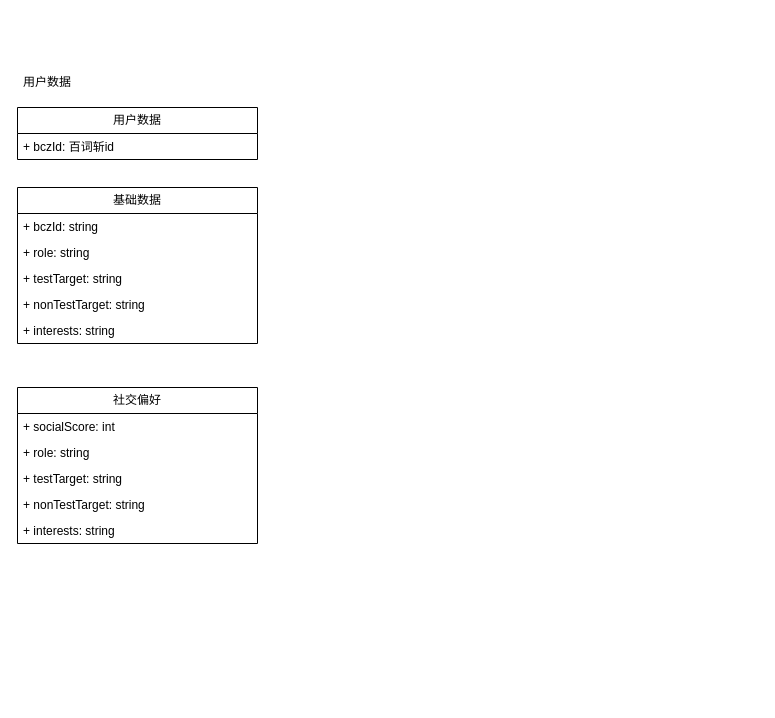
CruelFatOtaku/draw.io keeps this draw.io diagram as 4x4.drawio. Above is the earlier version. Source tidied: cells renumbered, new cells numbered last; positions are measured from the earlier drawing's top-left corner, leaving out a move shared by most shapes. Both pictures are drawn from the tidied source at 100%, with x=0, y=0 at pixel (17, 67).
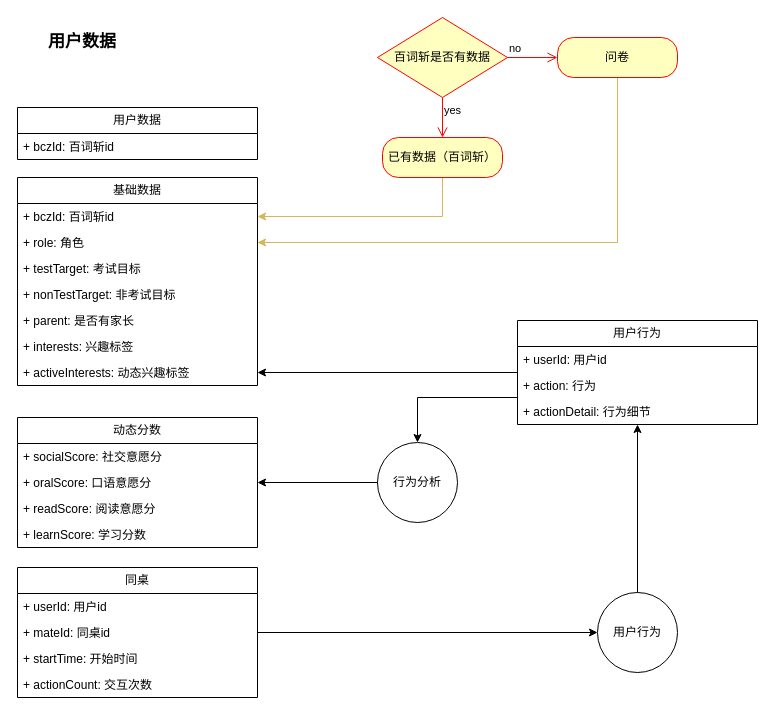
The same page after the edit.

What changed in the source:
```diff
@@
     <mxCell id="2" value="基础数据" style="swimlane;fontStyle=0;horizontal=1;startSize=26;fillColor=none;whiteSpace=wrap;html=1;" parent="1" vertex="1">
-      <mxGeometry y="120" width="240" height="156" as="geometry" />
+      <mxGeometry y="110" width="240" height="208" as="geometry" />
     </mxCell>
-    <mxCell id="3" value="+ bczId: string" style="text;strokeColor=none;fillColor=none;align=left;verticalAlign=top;spacingLeft=4;spacingRight=4;overflow=hidden;points=[[0,0.5],[1,0.5]];portConstraint=eastwest;whiteSpace=wrap;html=1;" parent="2" vertex="1">
+    <mxCell id="3" value="+ bczId: 百词斩id" style="text;strokeColor=none;fillColor=none;align=left;verticalAlign=top;spacingLeft=4;spacingRight=4;overflow=hidden;points=[[0,0.5],[1,0.5]];portConstraint=eastwest;whiteSpace=wrap;html=1;" parent="2" vertex="1">
       <mxGeometry y="26" width="240" height="26" as="geometry" />
     </mxCell>
-    <mxCell id="4" value="+ role: string" style="text;strokeColor=none;fillColor=none;align=left;verticalAlign=top;spacingLeft=4;spacingRight=4;overflow=hidden;points=[[0,0.5],[1,0.5]];portConstraint=eastwest;whiteSpace=wrap;html=1;" parent="2" vertex="1">
+    <mxCell id="4" value="+ role: 角色" style="text;strokeColor=none;fillColor=none;align=left;verticalAlign=top;spacingLeft=4;spacingRight=4;overflow=hidden;points=[[0,0.5],[1,0.5]];portConstraint=eastwest;whiteSpace=wrap;html=1;" parent="2" vertex="1">
       <mxGeometry y="52" width="240" height="26" as="geometry" />
     </mxCell>
-    <mxCell id="5" value="+ testTarget: string" style="text;strokeColor=none;fillColor=none;align=left;verticalAlign=top;spacingLeft=4;spacingRight=4;overflow=hidden;whiteSpace=wrap;html=1;" parent="2" vertex="1">
+    <mxCell id="5" value="+ testTarget: 考试目标" style="text;strokeColor=none;fillColor=none;align=left;verticalAlign=top;spacingLeft=4;spacingRight=4;overflow=hidden;whiteSpace=wrap;html=1;" parent="2" vertex="1">
       <mxGeometry y="78" width="240" height="26" as="geometry" />
     </mxCell>
-    <mxCell id="6" value="+ nonTestTarget: string" style="text;strokeColor=none;fillColor=none;align=left;verticalAlign=top;spacingLeft=4;spacingRight=4;overflow=hidden;whiteSpace=wrap;html=1;" parent="2" vertex="1">
+    <mxCell id="6" value="+ nonTestTarget: 非考试目标" style="text;strokeColor=none;fillColor=none;align=left;verticalAlign=top;spacingLeft=4;spacingRight=4;overflow=hidden;whiteSpace=wrap;html=1;" parent="2" vertex="1">
       <mxGeometry y="104" width="240" height="26" as="geometry" />
     </mxCell>
+    <mxCell id="17" value="+ parent: 是否有家长" style="text;strokeColor=none;fillColor=none;align=left;verticalAlign=top;spacingLeft=4;spacingRight=4;overflow=hidden;whiteSpace=wrap;html=1;" parent="2" vertex="1">
+      <mxGeometry y="130" width="240" height="26" as="geometry" />
+    </mxCell>
-    <mxCell id="7" value="+ interests: string" style="text;strokeColor=none;fillColor=none;align=left;verticalAlign=top;spacingLeft=4;spacingRight=4;overflow=hidden;whiteSpace=wrap;html=1;" parent="2" vertex="1">
-      <mxGeometry y="130" width="240" height="26" as="geometry" />
+    <mxCell id="7" value="+ interests: 兴趣标签" style="text;strokeColor=none;fillColor=none;align=left;verticalAlign=top;spacingLeft=4;spacingRight=4;overflow=hidden;whiteSpace=wrap;html=1;" parent="2" vertex="1">
+      <mxGeometry y="156" width="240" height="26" as="geometry" />
     </mxCell>
+    <mxCell id="18" value="+ activeInterests: 动态兴趣标签" style="text;strokeColor=none;fillColor=none;align=left;verticalAlign=top;spacingLeft=4;spacingRight=4;overflow=hidden;points=[[0,0.5],[1,0.5]];portConstraint=eastwest;whiteSpace=wrap;html=1;" parent="2" vertex="1">
+      <mxGeometry y="182" width="240" height="26" as="geometry" />
+    </mxCell>
@@
-    <mxCell id="10" value="用户数据" style="text;html=1;align=center;verticalAlign=middle;whiteSpace=wrap;rounded=0;" parent="1" vertex="1">
-      <mxGeometry width="60" height="30" as="geometry" />
+    <mxCell id="10" value="用户数据" style="text;html=1;align=center;verticalAlign=middle;whiteSpace=wrap;rounded=0;fontStyle=1;fontSize=17;" parent="1" vertex="1">
+      <mxGeometry y="-40" width="130" height="30" as="geometry" />
     </mxCell>
-    <mxCell id="11" value="社交偏好" style="swimlane;fontStyle=0;horizontal=1;startSize=26;fillColor=none;whiteSpace=wrap;html=1;" parent="1" vertex="1">
-      <mxGeometry y="320" width="240" height="156" as="geometry" />
+    <mxCell id="11" value="动态分数" style="swimlane;fontStyle=0;horizontal=1;startSize=26;fillColor=none;whiteSpace=wrap;html=1;" parent="1" vertex="1">
+      <mxGeometry y="350" width="240" height="130" as="geometry" />
     </mxCell>
-    <mxCell id="12" value="+ socialScore: int" style="text;strokeColor=none;fillColor=none;align=left;verticalAlign=top;spacingLeft=4;spacingRight=4;overflow=hidden;whiteSpace=wrap;html=1;" parent="11" vertex="1">
+    <mxCell id="12" value="+ socialScore: 社交意愿分" style="text;strokeColor=none;fillColor=none;align=left;verticalAlign=top;spacingLeft=4;spacingRight=4;overflow=hidden;whiteSpace=wrap;html=1;" parent="11" vertex="1">
       <mxGeometry y="26" width="240" height="26" as="geometry" />
     </mxCell>
-    <mxCell id="13" value="+ role: string" style="text;strokeColor=none;fillColor=none;align=left;verticalAlign=top;spacingLeft=4;spacingRight=4;overflow=hidden;whiteSpace=wrap;html=1;" parent="11" vertex="1">
+    <mxCell id="13" value="+ oralScore: 口语意愿分" style="text;strokeColor=none;fillColor=none;align=left;verticalAlign=top;spacingLeft=4;spacingRight=4;overflow=hidden;whiteSpace=wrap;html=1;" parent="11" vertex="1">
       <mxGeometry y="52" width="240" height="26" as="geometry" />
     </mxCell>
-    <mxCell id="14" value="+ testTarget: string" style="text;strokeColor=none;fillColor=none;align=left;verticalAlign=top;spacingLeft=4;spacingRight=4;overflow=hidden;whiteSpace=wrap;html=1;" parent="11" vertex="1">
+    <mxCell id="14" value="+ readScore: 阅读意愿分" style="text;strokeColor=none;fillColor=none;align=left;verticalAlign=top;spacingLeft=4;spacingRight=4;overflow=hidden;whiteSpace=wrap;html=1;" parent="11" vertex="1">
       <mxGeometry y="78" width="240" height="26" as="geometry" />
     </mxCell>
-    <mxCell id="15" value="+ nonTestTarget: string" style="text;strokeColor=none;fillColor=none;align=left;verticalAlign=top;spacingLeft=4;spacingRight=4;overflow=hidden;whiteSpace=wrap;html=1;" parent="11" vertex="1">
+    <mxCell id="15" value="+ learnScore: 学习分数" style="text;strokeColor=none;fillColor=none;align=left;verticalAlign=top;spacingLeft=4;spacingRight=4;overflow=hidden;whiteSpace=wrap;html=1;" parent="11" vertex="1">
       <mxGeometry y="104" width="240" height="26" as="geometry" />
     </mxCell>
-    <mxCell id="16" value="+ interests: string" style="text;strokeColor=none;fillColor=none;align=left;verticalAlign=top;spacingLeft=4;spacingRight=4;overflow=hidden;whiteSpace=wrap;html=1;" parent="11" vertex="1">
-      <mxGeometry y="130" width="240" height="26" as="geometry" />
-    </mxCell>
+    <mxCell id="19" style="edgeStyle=orthogonalEdgeStyle;rounded=0;jettySize=auto;html=1;" parent="1" edge="1" source="20" target="41">
+      <mxGeometry relative="1" as="geometry" />
+    </mxCell>
+    <mxCell id="20" value="同桌" style="swimlane;fontStyle=0;horizontal=1;startSize=26;fillColor=none;whiteSpace=wrap;html=1;" parent="1" vertex="1">
+      <mxGeometry y="500" width="240" height="130" as="geometry" />
+    </mxCell>
+    <mxCell id="21" value="+ userId: 用户id" style="text;strokeColor=none;fillColor=none;align=left;verticalAlign=top;spacingLeft=4;spacingRight=4;overflow=hidden;whiteSpace=wrap;html=1;" parent="20" vertex="1">
+      <mxGeometry y="26" width="240" height="26" as="geometry" />
+    </mxCell>
+    <mxCell id="22" value="+ mateId: 同桌id" style="text;strokeColor=none;fillColor=none;align=left;verticalAlign=top;spacingLeft=4;spacingRight=4;overflow=hidden;whiteSpace=wrap;html=1;" parent="20" vertex="1">
+      <mxGeometry y="52" width="240" height="26" as="geometry" />
+    </mxCell>
+    <mxCell id="23" value="+ startTime: 开始时间" style="text;strokeColor=none;fillColor=none;align=left;verticalAlign=top;spacingLeft=4;spacingRight=4;overflow=hidden;whiteSpace=wrap;html=1;" parent="20" vertex="1">
+      <mxGeometry y="78" width="240" height="26" as="geometry" />
+    </mxCell>
+    <mxCell id="24" value="+ actionCount: 交互次数" style="text;strokeColor=none;fillColor=none;align=left;verticalAlign=top;spacingLeft=4;spacingRight=4;overflow=hidden;whiteSpace=wrap;html=1;" parent="20" vertex="1">
+      <mxGeometry y="104" width="240" height="26" as="geometry" />
+    </mxCell>
+    <mxCell id="25" style="edgeStyle=orthogonalEdgeStyle;rounded=0;jettySize=auto;html=1;entryX=1;entryY=0.5;entryDx=0;entryDy=0;fillColor=#fff2cc;strokeColor=#d6b656;" parent="1" edge="1" source="26" target="4">
+      <mxGeometry relative="1" as="geometry" />
+    </mxCell>
+    <mxCell id="26" value="问卷" style="rounded=1;whiteSpace=wrap;html=1;arcSize=40;fontColor=#000000;fillColor=#ffffc0;strokeColor=#ff0000;" parent="1" vertex="1">
+      <mxGeometry x="540" y="-30" width="120" height="40" as="geometry" />
+    </mxCell>
+    <mxCell id="27" style="edgeStyle=orthogonalEdgeStyle;rounded=0;jettySize=auto;html=1;entryX=1;entryY=0.5;entryDx=0;entryDy=0;fillColor=#fff2cc;strokeColor=#d6b656;" parent="1" edge="1" source="28" target="3">
+      <mxGeometry relative="1" as="geometry" />
+    </mxCell>
+    <mxCell id="28" value="已有数据（百词斩）" style="rounded=1;whiteSpace=wrap;html=1;arcSize=40;fontColor=#000000;fillColor=#ffffc0;strokeColor=#ff0000;" parent="1" vertex="1">
+      <mxGeometry x="365" y="70" width="120" height="40" as="geometry" />
+    </mxCell>
+    <mxCell id="29" style="edgeStyle=orthogonalEdgeStyle;rounded=0;jettySize=auto;html=1;" parent="1" edge="1" source="31" target="39">
+      <mxGeometry relative="1" as="geometry">
+        <Array as="points">
+          <mxPoint x="400" y="330" />
+        </Array>
+      </mxGeometry>
+    </mxCell>
+    <mxCell id="30" style="edgeStyle=orthogonalEdgeStyle;rounded=0;jettySize=auto;html=1;" parent="1" edge="1" source="31" target="18">
+      <mxGeometry relative="1" as="geometry" />
+    </mxCell>
+    <mxCell id="31" value="用户行为" style="swimlane;fontStyle=0;horizontal=1;startSize=26;fillColor=none;whiteSpace=wrap;html=1;" parent="1" vertex="1">
+      <mxGeometry x="500" y="253" width="240" height="104" as="geometry" />
+    </mxCell>
+    <mxCell id="32" value="+ userId: 用户id" style="text;strokeColor=none;fillColor=none;align=left;verticalAlign=top;spacingLeft=4;spacingRight=4;overflow=hidden;whiteSpace=wrap;html=1;" parent="31" vertex="1">
+      <mxGeometry y="26" width="240" height="26" as="geometry" />
+    </mxCell>
+    <mxCell id="33" value="+ action: 行为" style="text;strokeColor=none;fillColor=none;align=left;verticalAlign=top;spacingLeft=4;spacingRight=4;overflow=hidden;whiteSpace=wrap;html=1;" parent="31" vertex="1">
+      <mxGeometry y="52" width="240" height="26" as="geometry" />
+    </mxCell>
+    <mxCell id="34" value="+ actionDetail: 行为细节" style="text;strokeColor=none;fillColor=none;align=left;verticalAlign=top;spacingLeft=4;spacingRight=4;overflow=hidden;whiteSpace=wrap;html=1;" parent="31" vertex="1">
+      <mxGeometry y="78" width="240" height="26" as="geometry" />
+    </mxCell>
+    <mxCell id="35" value="百词斩是否有数据" style="rhombus;whiteSpace=wrap;html=1;fontColor=#000000;fillColor=#ffffc0;strokeColor=#ff0000;" parent="1" vertex="1">
+      <mxGeometry x="360" y="-50" width="130" height="80" as="geometry" />
+    </mxCell>
+    <mxCell id="36" value="no" style="edgeStyle=orthogonalEdgeStyle;html=1;align=left;verticalAlign=bottom;endArrow=open;endSize=8;strokeColor=#ff0000;rounded=0;entryX=0;entryY=0.5;entryDx=0;entryDy=0;" parent="1" edge="1" source="35" target="26">
+      <mxGeometry x="-1" relative="1" as="geometry" />
+    </mxCell>
+    <mxCell id="37" value="yes" style="edgeStyle=orthogonalEdgeStyle;html=1;align=left;verticalAlign=top;endArrow=open;endSize=8;strokeColor=#ff0000;rounded=0;entryX=0.5;entryY=0;entryDx=0;entryDy=0;" parent="1" edge="1" source="35" target="28">
+      <mxGeometry x="-1" relative="1" as="geometry" />
+    </mxCell>
+    <mxCell id="38" style="edgeStyle=orthogonalEdgeStyle;rounded=0;jettySize=auto;html=1;" parent="1" edge="1" source="39" target="11">
+      <mxGeometry relative="1" as="geometry" />
+    </mxCell>
+    <mxCell id="39" value="行为分析" style="ellipse;whiteSpace=wrap;html=1;fillColor=none;fontStyle=0;startSize=26;" parent="1" vertex="1">
+      <mxGeometry x="360" y="375" width="80" height="80" as="geometry" />
+    </mxCell>
+    <mxCell id="40" style="edgeStyle=orthogonalEdgeStyle;rounded=0;jettySize=auto;html=1;" parent="1" edge="1" source="41" target="31">
+      <mxGeometry relative="1" as="geometry" />
+    </mxCell>
+    <mxCell id="41" value="用户行为" style="ellipse;whiteSpace=wrap;html=1;fillColor=none;fontStyle=0;startSize=26;" parent="1" vertex="1">
+      <mxGeometry x="580" y="525" width="80" height="80" as="geometry" />
+    </mxCell>
```
